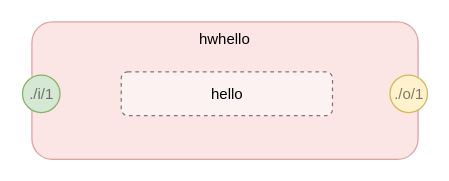
Before: page "hwhello" (3 of 8) of v2/hello.drawio in guitarvydas/asc-manually, a draw.io diagram. Source tidied: cells renumbered, new cells numbered last; positions are measured from the earlier drawing's top-left corner, leaving out a move shared by most shapes. Both pictures are drawn from the tidied source at 125%, with x=0, y=0 at pixel (22, 21).
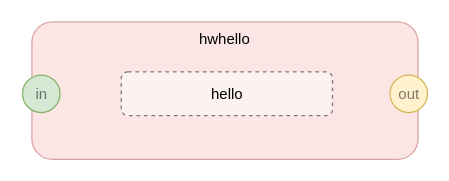
The same page after the edit.

The edit, as a diff of the source:
```diff
@@
 <mxGraphModel>
   <root>
     <mxCell id="0" />
     <mxCell id="1" parent="0" />
     <mxCell id="2" value="hwhello" style="rounded=1;whiteSpace=wrap;html=1;opacity=50;align=center;verticalAlign=top;fillColor=#f8cecc;strokeColor=#b85450;" parent="1" vertex="1">
       <mxGeometry x="7" width="309" height="110" as="geometry" />
     </mxCell>
     <mxCell id="3" value="hello" style="rounded=1;whiteSpace=wrap;html=1;dashed=1;opacity=50;align=center;verticalAlign=middle;" parent="1" vertex="1">
       <mxGeometry x="78.5" y="40" width="169" height="35" as="geometry" />
     </mxCell>
-    <mxCell id="4" value="./i/1" style="ellipse;whiteSpace=wrap;html=1;fillColor=#d5e8d4;align=center;strokeColor=#82b366;textOpacity=50;" parent="1" vertex="1">
+    <mxCell id="4" value="in" style="ellipse;whiteSpace=wrap;html=1;fillColor=#d5e8d4;align=center;strokeColor=#82b366;textOpacity=50;" parent="1" vertex="1">
       <mxGeometry x="-0.5" y="42.5" width="30" height="30" as="geometry" />
     </mxCell>
-    <mxCell id="5" value="./o/1" style="ellipse;whiteSpace=wrap;html=1;fillColor=#fff2cc;align=center;strokeColor=#d6b656;textOpacity=50;" parent="1" vertex="1">
+    <mxCell id="5" value="out" style="ellipse;whiteSpace=wrap;html=1;fillColor=#fff2cc;align=center;strokeColor=#d6b656;textOpacity=50;" parent="1" vertex="1">
       <mxGeometry x="293.5" y="42.5" width="30" height="30" as="geometry" />
     </mxCell>
   </root>
 </mxGraphModel>
```
